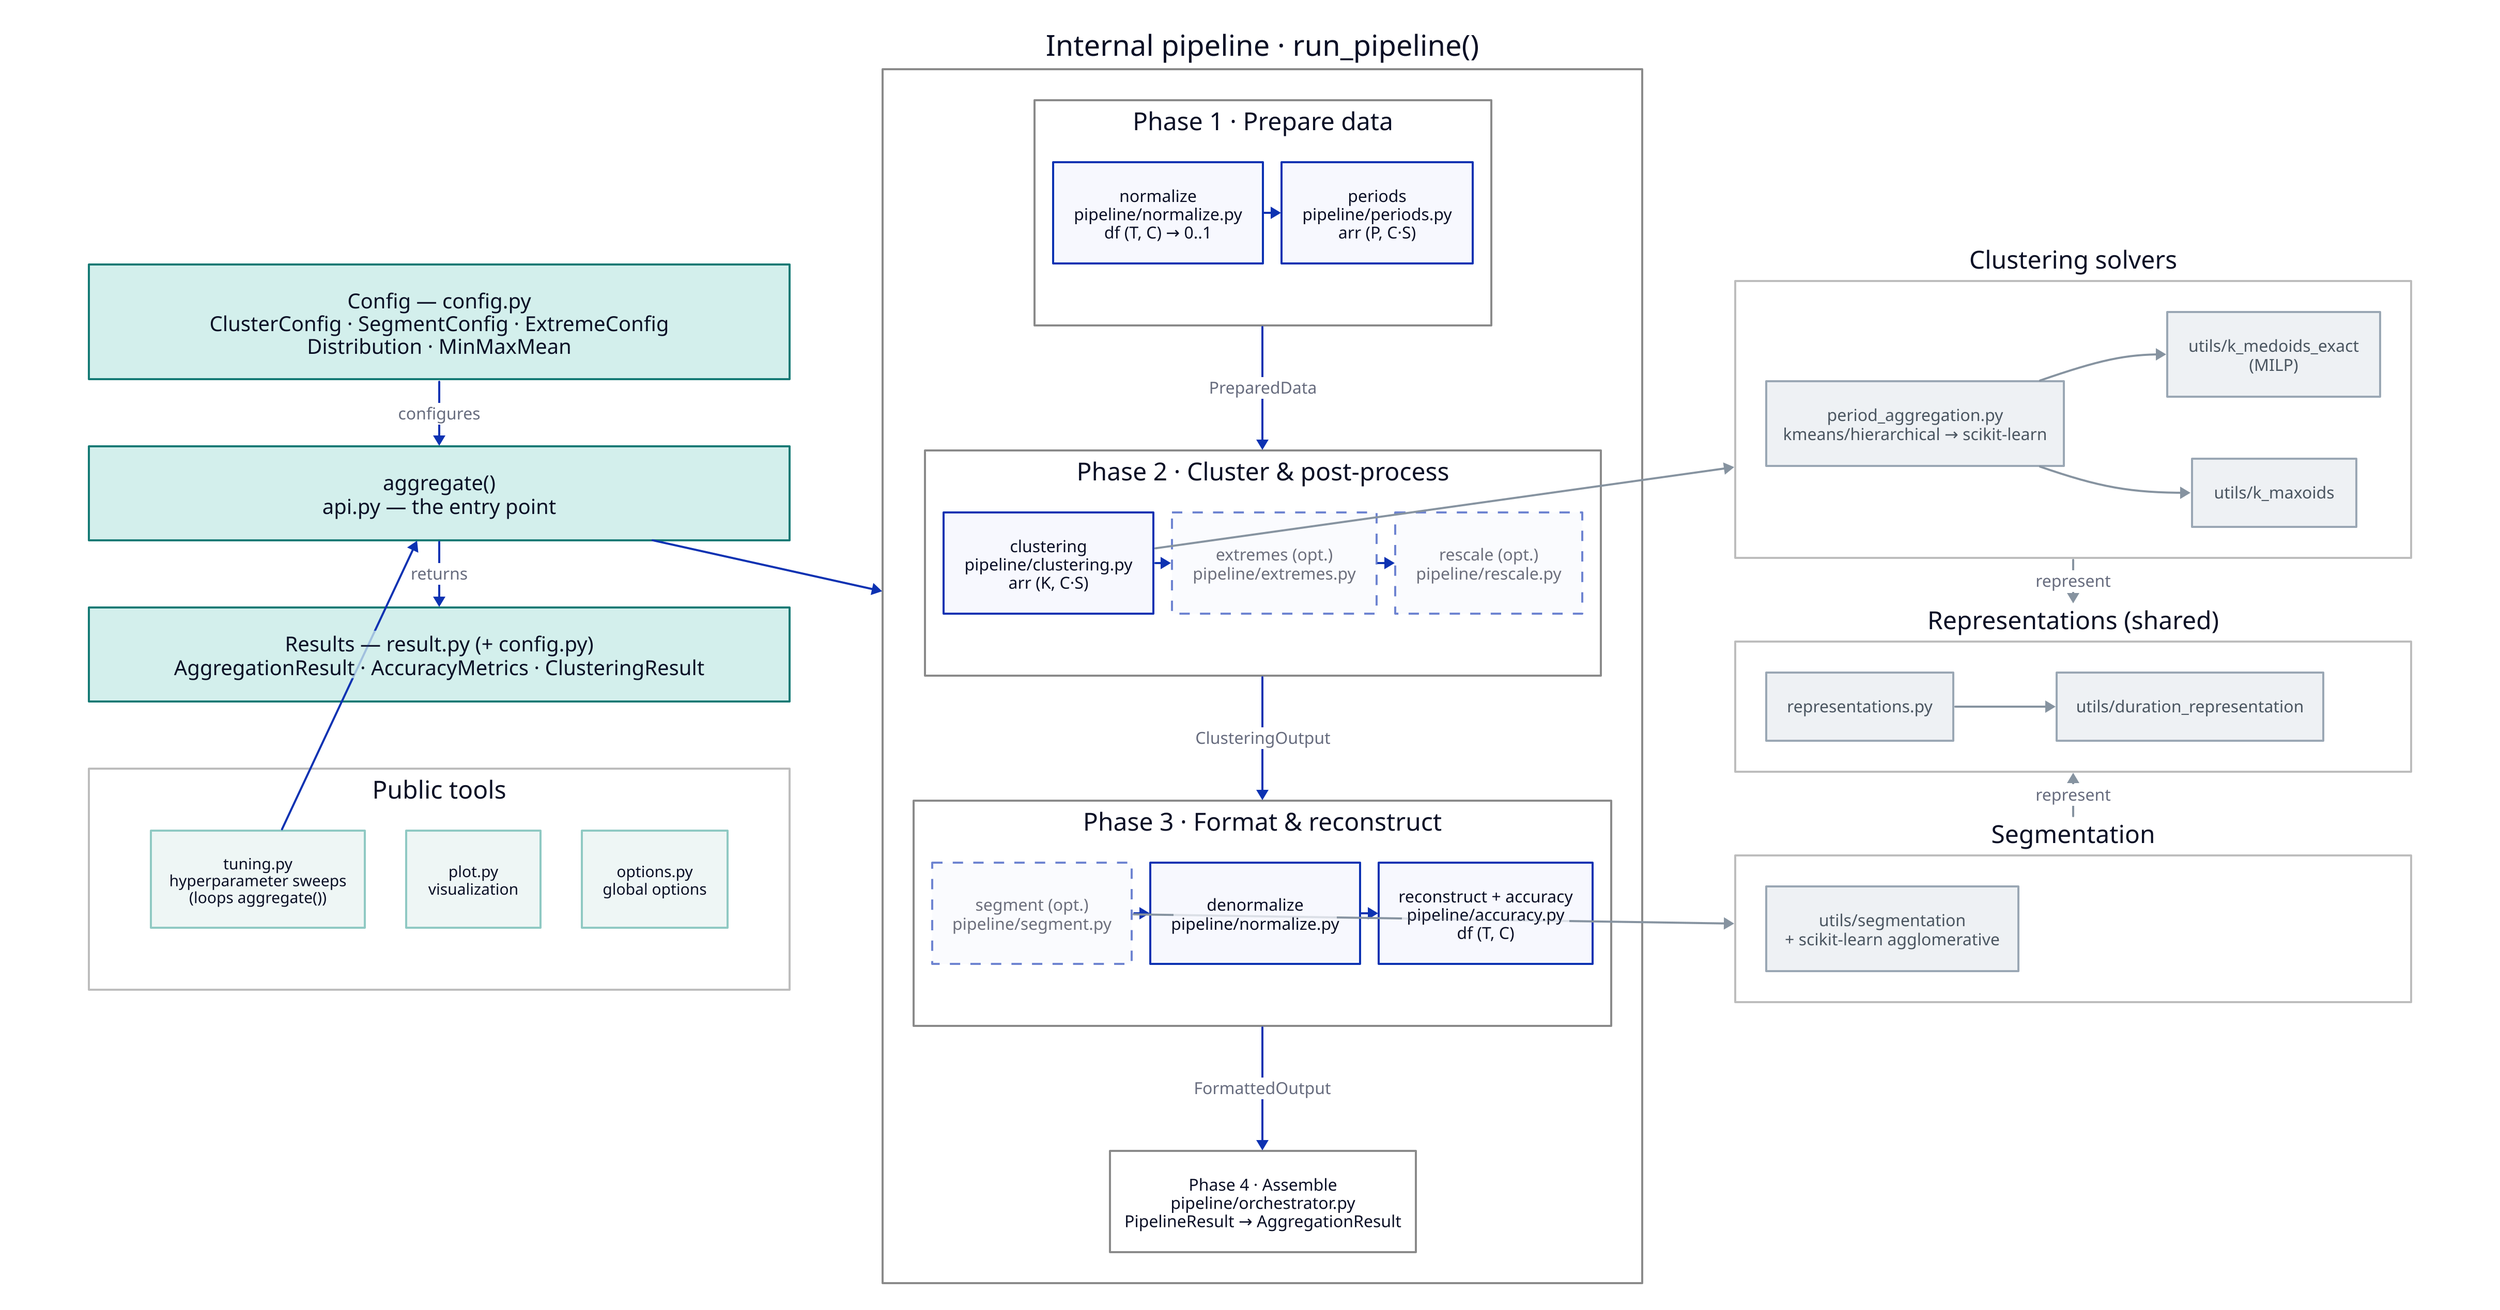
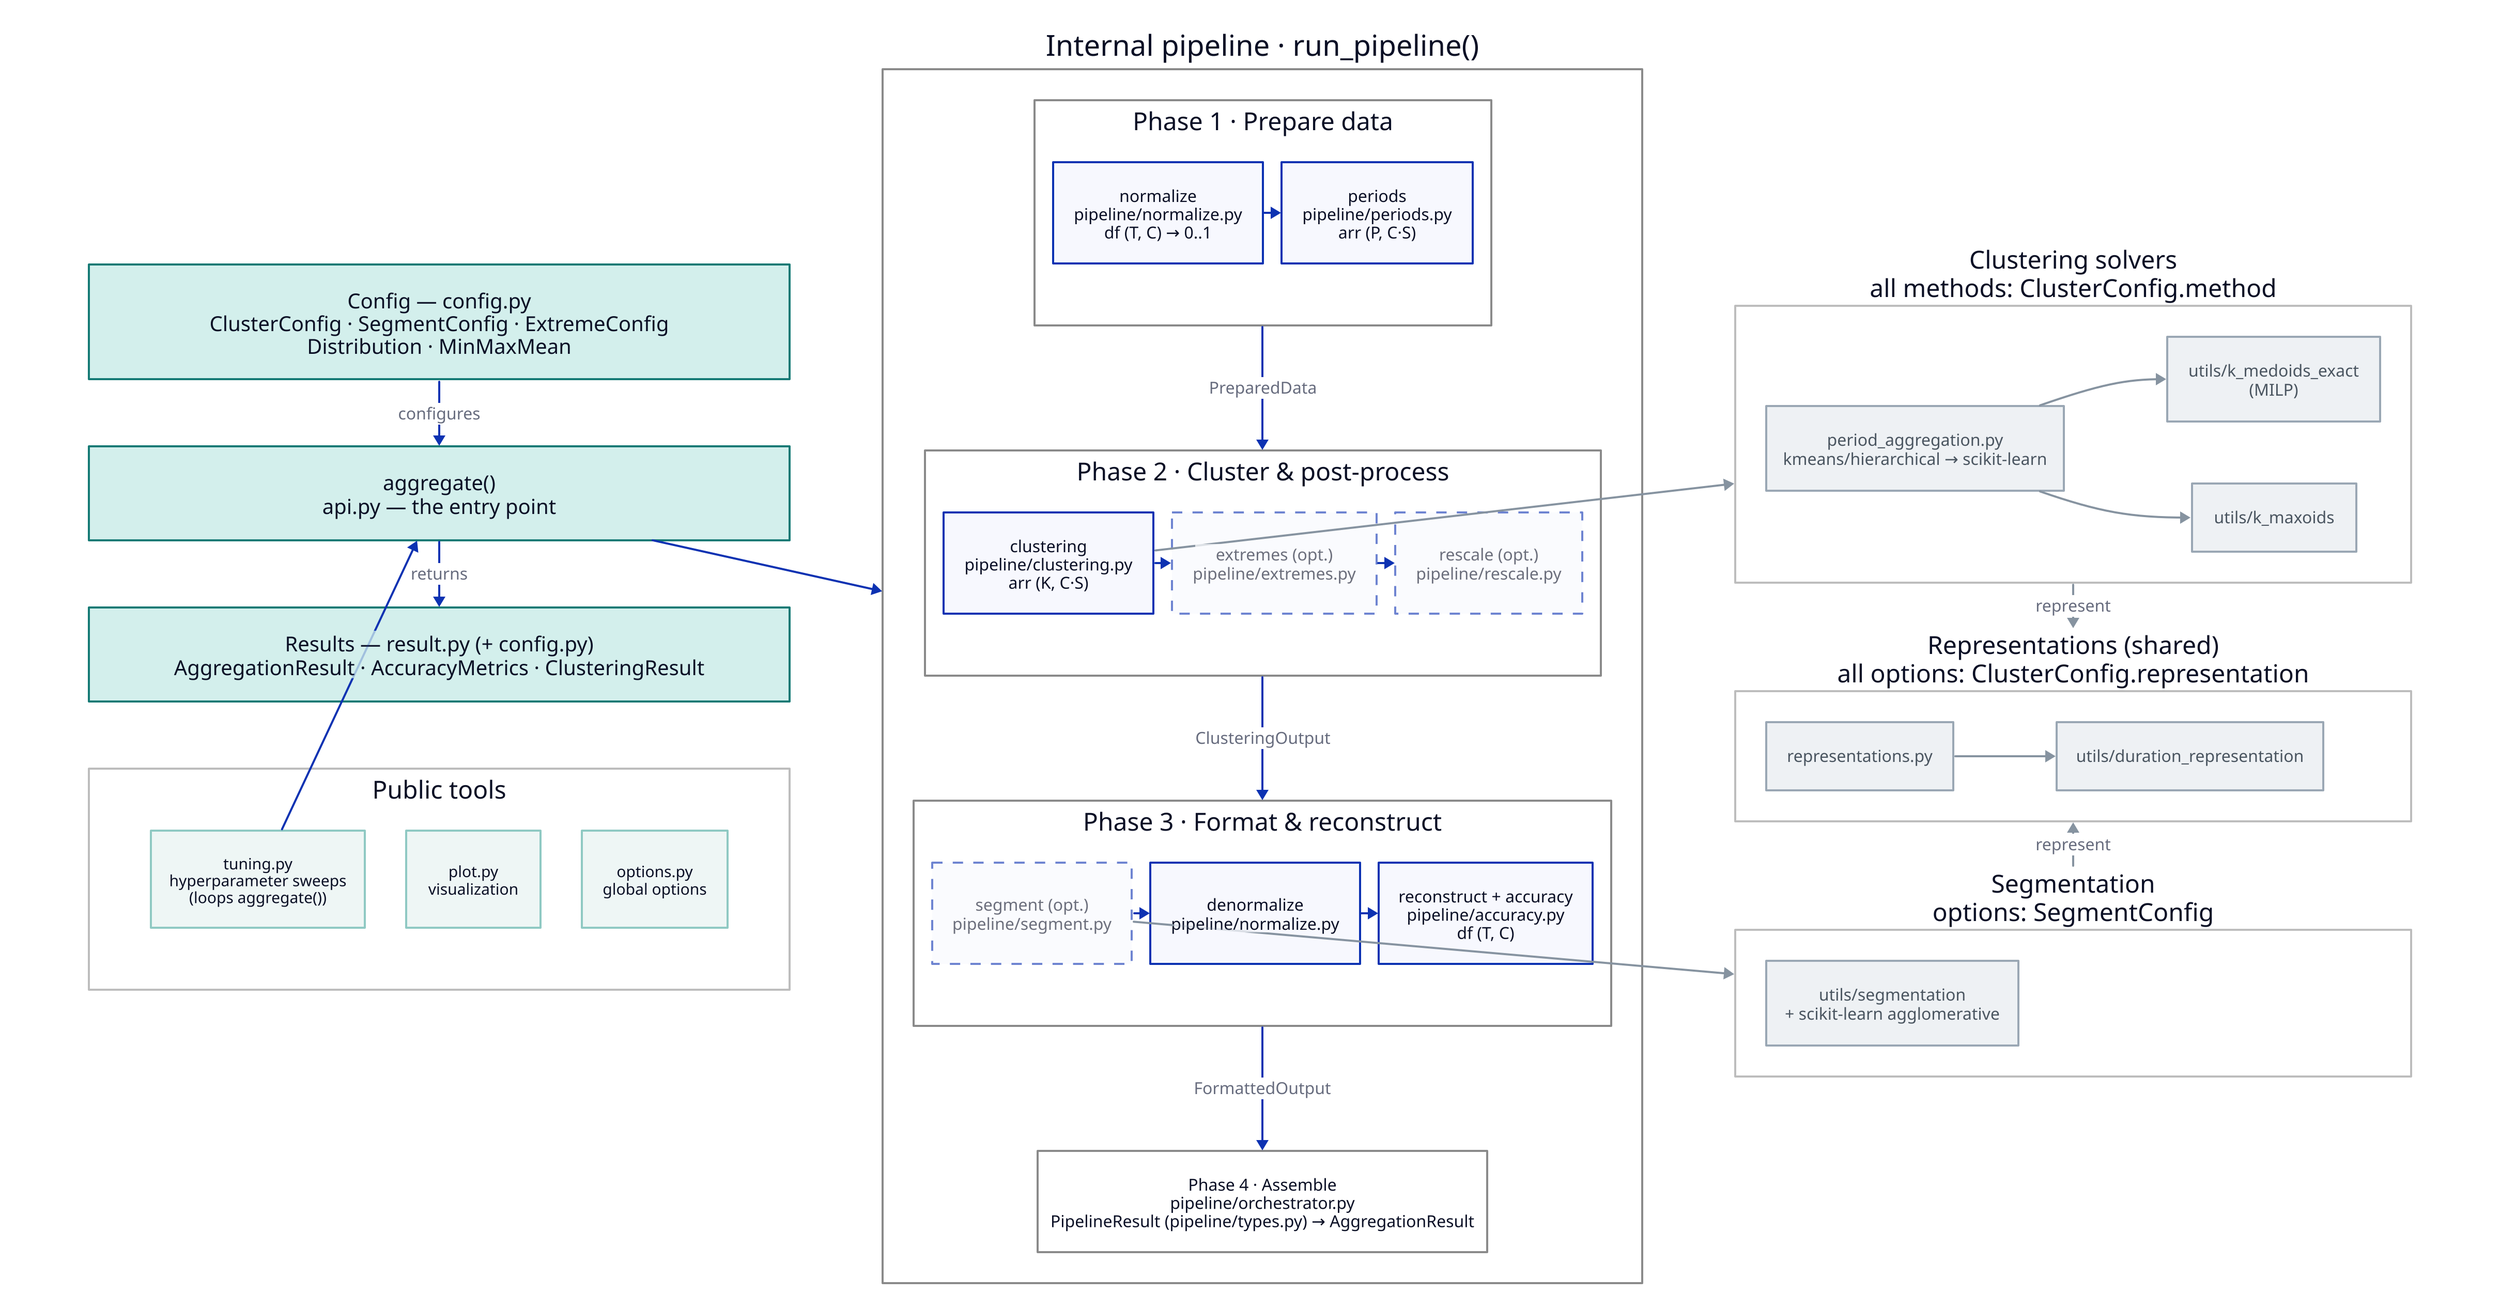
direction: down

vars: {
  d2-config: { pad: 25 }
}

classes: {
  optional_step: { style: { stroke-dash: 5; opacity: 0.6 } }
  group: { style: { fill: transparent; stroke: "#8a8a8a" } }
  side: { style: { fill: transparent; stroke: "#bdbdbd" } }
  pad: { style: { fill: transparent; stroke: transparent } }
  # first-class public API (aggregate + config + results): prominent teal, larger
  public: { style: { fill: "#d3efec"; stroke: "#157a75"; stroke-width: 2; bold: true; font-size: 20 } }
  # secondary public tools (tuning/plot/options): lighter teal
  tool: { style: { fill: "#eef6f5"; stroke: "#8fc9c3"; font-size: 15 } }
  # supporting internal modules outside the phases (backends, auxiliary): muted
  support: { style: { fill: "#eef1f4"; stroke: "#9aa7b4"; font-color: "#4a5560" } }
  # grey connectors
  conn: { style: { stroke: "#8693a0" } }
}

grid-columns: 3
grid-gap: 30
vertical-gap: 25

# ── Left column: public API (config & results, entry) + auxiliary ─────────
lcol: "" {
  class: pad
  grid-rows: 5
  vertical-gap: 65

  pad_top: "" { class: pad }
  cfg: "Config — config.py\nClusterConfig · SegmentConfig · ExtremeConfig\nDistribution · MinMaxMean" { class: public }
  api: "aggregate()\napi.py — the entry point" { class: public }
  res: "Results — result.py (+ config.py)\nAggregationResult · AccuracyMetrics · ClusteringResult" { class: public }
  tools: "Public tools" {
    class: side
    grid-columns: 3
    tune: "tuning.py\nhyperparameter sweeps\n(loops aggregate())" { class: tool }
    plot: "plot.py\nvisualization" { class: tool }
    opts: "options.py\nglobal options" { class: tool }
  }
}

# ── Center column: the run_pipeline() spine ───────────────────────────────
pipeline: "Internal pipeline · run_pipeline()" {
  class: group
  direction: down
  vertical-gap: 25

  p1: "Phase 1 · Prepare data" {
    class: group
    grid-rows: 1
    horizontal-gap: 18
    normalize: "normalize\npipeline/normalize.py\ndf (T, C) → 0..1"
    periods: "periods\npipeline/periods.py\narr (P, C·S)"
    normalize -> periods
  }
  p2: "Phase 2 · Cluster & post-process" {
    class: group
    grid-rows: 1
    horizontal-gap: 18
    clustering: "clustering\npipeline/clustering.py\narr (K, C·S)"
    extremes: "extremes (opt.)\npipeline/extremes.py" { class: optional_step }
    rescale: "rescale (opt.)\npipeline/rescale.py" { class: optional_step }
    clustering -> extremes
    extremes -> rescale
  }
  p3: "Phase 3 · Format & reconstruct" {
    class: group
    grid-rows: 1
    horizontal-gap: 18
    segment: "segment (opt.)\npipeline/segment.py" { class: optional_step }
    denorm: "denormalize\npipeline/normalize.py"
    accuracy: "reconstruct + accuracy\npipeline/accuracy.py\ndf (T, C)"
    segment -> denorm
    denorm -> accuracy
  }
-   p4: "Phase 4 · Assemble\npipeline/orchestrator.py\nPipelineResult → AggregationResult" { class: group }
+   p4: "Phase 4 · Assemble\npipeline/orchestrator.py\nPipelineResult (pipeline/types.py) → AggregationResult" { class: group }

  p1 -> p2: "PreparedData"
  p2 -> p3: "ClusteringOutput"
  p3 -> p4: "FormattedOutput"
}

# ── Right column: backends, each group aligned with the step that uses it ─
rcol: "" {
  class: pad
  grid-rows: 5
  vertical-gap: 45

  pad_top: "" { class: pad; height: 120; width: 20 }

  # Clustering-only: period_aggregation dispatches to the medoid/maxoid solvers
  # (kmeans/hierarchical go to scikit-learn).
-   clu_solvers: "Clustering solvers" {
+   clu_solvers: "Clustering solvers\nall methods: ClusterConfig.method" {
    class: side
    direction: right
    pa: "period_aggregation.py\nkmeans/hierarchical → scikit-learn" { class: support }
    kmex: "utils/k_medoids_exact\n(MILP)" { class: support }
    kmax: "utils/k_maxoids" { class: support }
    pa -> kmex { class: conn }
    pa -> kmax { class: conn }
  }

  # Shared by clustering AND segmentation.
-   reps: "Representations (shared)" {
+   reps: "Representations (shared)\nall options: ClusterConfig.representation" {
    class: side
    direction: right
    rep: "representations.py" { class: support }
    dur: "utils/duration_representation" { class: support }
    rep -> dur { class: conn }
  }

  # Segment-only: its own agglomerative clustering (scikit-learn).
-   seg_back: "Segmentation" {
+   seg_back: "Segmentation\noptions: SegmentConfig" {
    class: side
    segu: "utils/segmentation\n+ scikit-learn agglomerative" { class: support }
  }
}

# ── Cross-column edges ─────────────────────────────────────────────────────
lcol.cfg -> lcol.api: "configures"
lcol.api -> lcol.res: "returns"
lcol.tools.tune -> lcol.api
lcol.api -> pipeline
pipeline.p2.clustering -> rcol.clu_solvers { class: conn }
pipeline.p3.segment -> rcol.seg_back { class: conn }
rcol.clu_solvers -> rcol.reps: "represent" { class: conn }
rcol.seg_back -> rcol.reps: "represent" { class: conn }
